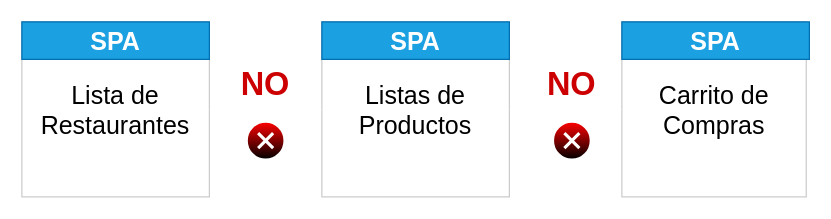
Above: page "img_2" (1 of 11) of layouts.drawio in corteshvictor/microfrontend (draw.io), before the change. Source tidied: cells renumbered, new cells numbered last; positions are measured from the earlier drawing's top-left corner, leaving out a move shared by most shapes. Both pictures are drawn from the tidied source at 125%, with x=0, y=0 at pixel (21, 21).
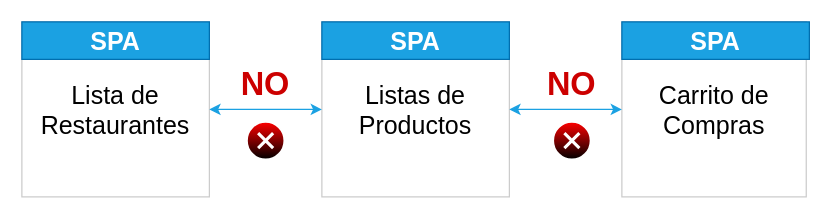
After the change.

Diff of the diagram source:
```diff
@@
 <mxGraphModel>
   <root>
     <mxCell id="0" />
     <mxCell id="1" parent="0" />
     <mxCell id="2" value="&lt;span style=&quot;font-size: 20px;&quot;&gt;&lt;font style=&quot;font-size: 20px;&quot; color=&quot;#000000&quot;&gt;Lista de Restaurantes&lt;/font&gt;&lt;/span&gt;" style="rounded=0;whiteSpace=wrap;html=1;strokeColor=#CCCCCC;fillColor=#FFFFFF;fontStyle=0;fontSize=20;" parent="1" vertex="1">
       <mxGeometry width="150" height="140" as="geometry" />
     </mxCell>
     <mxCell id="3" value="&lt;font style=&quot;font-size: 20px;&quot; color=&quot;#000000&quot;&gt;Listas de Productos&lt;/font&gt;" style="rounded=0;whiteSpace=wrap;html=1;strokeColor=#CCCCCC;fillColor=#FFFFFF;fontSize=20;" parent="1" vertex="1">
       <mxGeometry x="240" width="150" height="140" as="geometry" />
     </mxCell>
     <mxCell id="4" value="Carrito de Compras" style="rounded=0;whiteSpace=wrap;html=1;strokeColor=#CCCCCC;fillColor=#FFFFFF;fontStyle=0;fontSize=20;fontColor=#000000;" parent="1" vertex="1">
       <mxGeometry x="480" width="147.5" height="140" as="geometry" />
     </mxCell>
-    <mxCell id="5" style="endArrow=classic;startArrow=classic;html=1;fontSize=20;fontColor=#000000;entryX=0;entryY=0.5;entryDx=0;entryDy=0;exitX=1;exitY=0.5;exitDx=0;exitDy=0;strokeColor=#FFFFFF;" parent="1" edge="1" source="2" target="3">
+    <mxCell id="5" style="endArrow=classic;startArrow=classic;html=1;fontSize=20;fontColor=#000000;entryX=0;entryY=0.5;entryDx=0;entryDy=0;exitX=1;exitY=0.5;exitDx=0;exitDy=0;strokeColor=#1BA1E2;" parent="1" edge="1" source="2" target="3">
       <mxGeometry relative="1" as="geometry" />
     </mxCell>
-    <mxCell id="6" style="endArrow=classic;startArrow=classic;html=1;fontSize=20;fontColor=#000000;entryX=0;entryY=0.5;entryDx=0;entryDy=0;exitX=1;exitY=0.5;exitDx=0;exitDy=0;strokeColor=#FFFFFF;" parent="1" edge="1" source="3" target="4">
+    <mxCell id="6" style="endArrow=classic;startArrow=classic;html=1;fontSize=20;fontColor=#000000;entryX=0;entryY=0.5;entryDx=0;entryDy=0;exitX=1;exitY=0.5;exitDx=0;exitDy=0;strokeColor=#1BA1E2;" parent="1" edge="1" source="3" target="4">
       <mxGeometry relative="1" as="geometry" />
     </mxCell>
     <mxCell id="7" value="NO" style="text;html=1;strokeColor=none;fillColor=none;align=center;verticalAlign=middle;whiteSpace=wrap;rounded=0;fontSize=26;fontColor=#CC0000;fontStyle=1;" parent="1" vertex="1">
       <mxGeometry x="175" y="40" width="40" height="20" as="geometry" />
     </mxCell>
     <mxCell id="8" value="NO" style="text;html=1;strokeColor=none;fillColor=none;align=center;verticalAlign=middle;whiteSpace=wrap;rounded=0;fontSize=26;fontColor=#CC0000;fontStyle=1;" parent="1" vertex="1">
       <mxGeometry x="420" y="40" width="40" height="20" as="geometry" />
     </mxCell>
     <mxCell id="9" style="verticalLabelPosition=bottom;verticalAlign=top;html=1;shadow=0;dashed=0;strokeWidth=1;shape=mxgraph.ios.iDeleteApp;fillColor2=#000000;strokeColor=#ffffff;fontSize=68;fontColor=#CC0000;fillColor=#FF0000;" parent="1" vertex="1">
       <mxGeometry x="180" y="80" width="30" height="30" as="geometry" />
     </mxCell>
     <mxCell id="10" style="verticalLabelPosition=bottom;verticalAlign=top;html=1;shadow=0;dashed=0;strokeWidth=1;shape=mxgraph.ios.iDeleteApp;fillColor2=#000000;strokeColor=#ffffff;fontSize=68;fontColor=#CC0000;fillColor=#FF0000;" parent="1" vertex="1">
       <mxGeometry x="425" y="80" width="30" height="30" as="geometry" />
     </mxCell>
     <mxCell id="11" value="SPA" style="rounded=0;whiteSpace=wrap;html=1;strokeWidth=1;fontSize=20;fillColor=#1BA1E2;strokeColor=#006EAF;fontStyle=1;fontColor=#FFFFFF;" parent="1" vertex="1">
       <mxGeometry width="150" height="30" as="geometry" />
     </mxCell>
     <mxCell id="12" value="SPA" style="rounded=0;whiteSpace=wrap;html=1;strokeWidth=1;fontSize=20;fillColor=#1BA1E2;strokeColor=#006EAF;fontStyle=1;fontColor=#FFFFFF;" parent="1" vertex="1">
       <mxGeometry x="240" width="150" height="30" as="geometry" />
     </mxCell>
     <mxCell id="13" value="SPA" style="rounded=0;whiteSpace=wrap;html=1;strokeWidth=1;fontSize=20;fillColor=#1BA1E2;strokeColor=#006EAF;fontStyle=1;fontColor=#FFFFFF;" parent="1" vertex="1">
       <mxGeometry x="480" width="150" height="30" as="geometry" />
     </mxCell>
   </root>
 </mxGraphModel>
```
